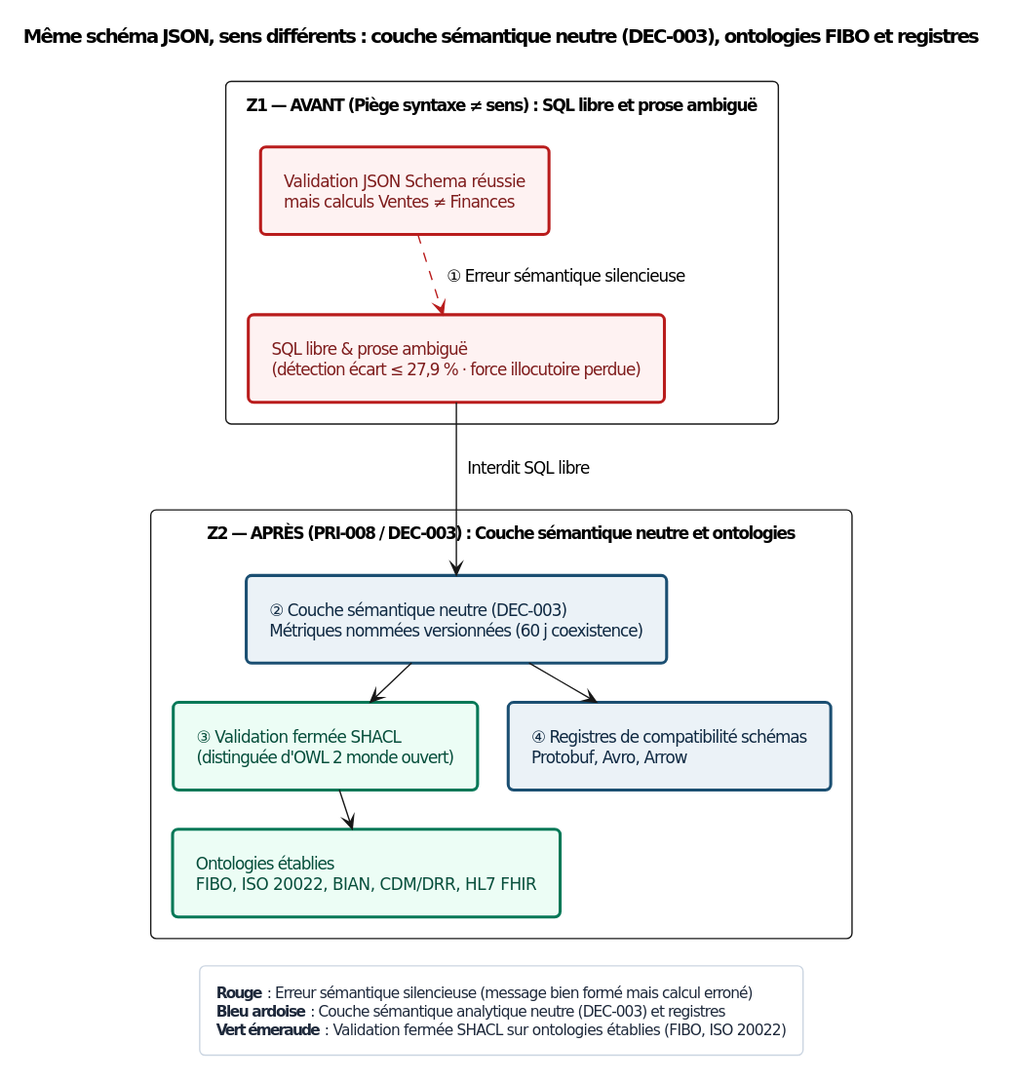
Above: Sources/Compendium/ouvrage/schemas/rendus/SCH-10-01.svg in agbruneau/Agentique (PlantUML), before the change. Source of this version:
```plantuml
@startuml
<style>
document { BackgroundColor #FFFFFF; }
.det { BackgroundColor #EBF2F7; LineColor #1B4F72; LineThickness 2.2; FontColor #0F2942; }
.blue { BackgroundColor #EFF6FF; LineColor #1D4ED8; LineThickness 2.2; FontColor #1E3A8A; }
.prob { BackgroundColor #FFF5E0; LineColor #D97706; LineThickness 2.0; LineStyle 5; FontColor #451A03; }
.amber { BackgroundColor #FFFBEB; LineColor #B45309; LineThickness 2.0; FontColor #451A03; }
.green { BackgroundColor #ECFDF5; LineColor #047857; LineThickness 2.2; FontColor #064E3B; }
.teal { BackgroundColor #F0FDFA; LineColor #0F766E; LineThickness 2.2; FontColor #134E4A; }
.red { BackgroundColor #FEF2F2; LineColor #B91C1C; LineThickness 2.2; FontColor #7F1D1D; }
.purple { BackgroundColor #F5F3FF; LineColor #6D28D9; LineThickness 2.2; FontColor #4C1D95; }
.indigo { BackgroundColor #EEF2FF; LineColor #4338CA; LineThickness 2.2; FontColor #312E81; }
.gray { BackgroundColor #F1F5F9; LineColor #475569; LineThickness 1.8; FontColor #1E293B; }
package { BackgroundColor #F8FAFC; LineColor #64748B; LineThickness 1.2; FontColor #334155; }
legend { BackgroundColor #FFFFFF; LineColor #CBD5E1; FontColor #1E293B; FontSize 11; }
</style>
hide stereotype
skinparam defaultFontName "DejaVu Sans"
skinparam defaultFontSize 12
skinparam shadowing false
skinparam roundcorner 8
skinparam packageStyle rectangle
skinparam nodesep 22
skinparam ranksep 28
skinparam padding 7

top to bottom direction
title Même schéma JSON, sens différents : couche sémantique neutre (DEC-003), ontologies FIBO et registres

package "Z1 — AVANT (Piège syntaxe ≠ sens) : SQL libre et prose ambiguë" {
  rectangle "Validation JSON Schema réussie\nmais calculs Ventes ≠ Finances" as N1 <<red>>
  rectangle "SQL libre & prose ambiguë\n(détection écart ≤ 27,9 % · force illocutoire perdue)" as N2 <<red>>
  N1 .[#B91C1C].> N2 : ① Erreur sémantique silencieuse
}

package "Z2 — APRÈS (PRI-008 / DEC-003) : Couche sémantique neutre et ontologies" {
  rectangle "② Couche sémantique neutre (DEC-003)\nMétriques nommées versionnées (60 j coexistence)" as N3 <<det>>
  rectangle "③ Validation fermée SHACL\n(distinguée d'OWL 2 monde ouvert)" as N4 <<green>>
  rectangle "Ontologies établies\nFIBO, ISO 20022, BIAN, CDM/DRR, HL7 FHIR" as N5 <<green>>
  rectangle "④ Registres de compatibilité schémas\nProtobuf, Avro, Arrow" as N6 <<det>>
  N2 --> N3 : Interdit SQL libre
  N3 --> N4
  N4 --> N5
  N3 --> N6
}

legend bottom
  **Rouge** : Erreur sémantique silencieuse (message bien formé mais calcul erroné)
  **Bleu ardoise** : Couche sémantique analytique neutre (DEC-003) et registres
  **Vert émeraude** : Validation fermée SHACL sur ontologies établies (FIBO, ISO 20022)
end legend
@enduml
```
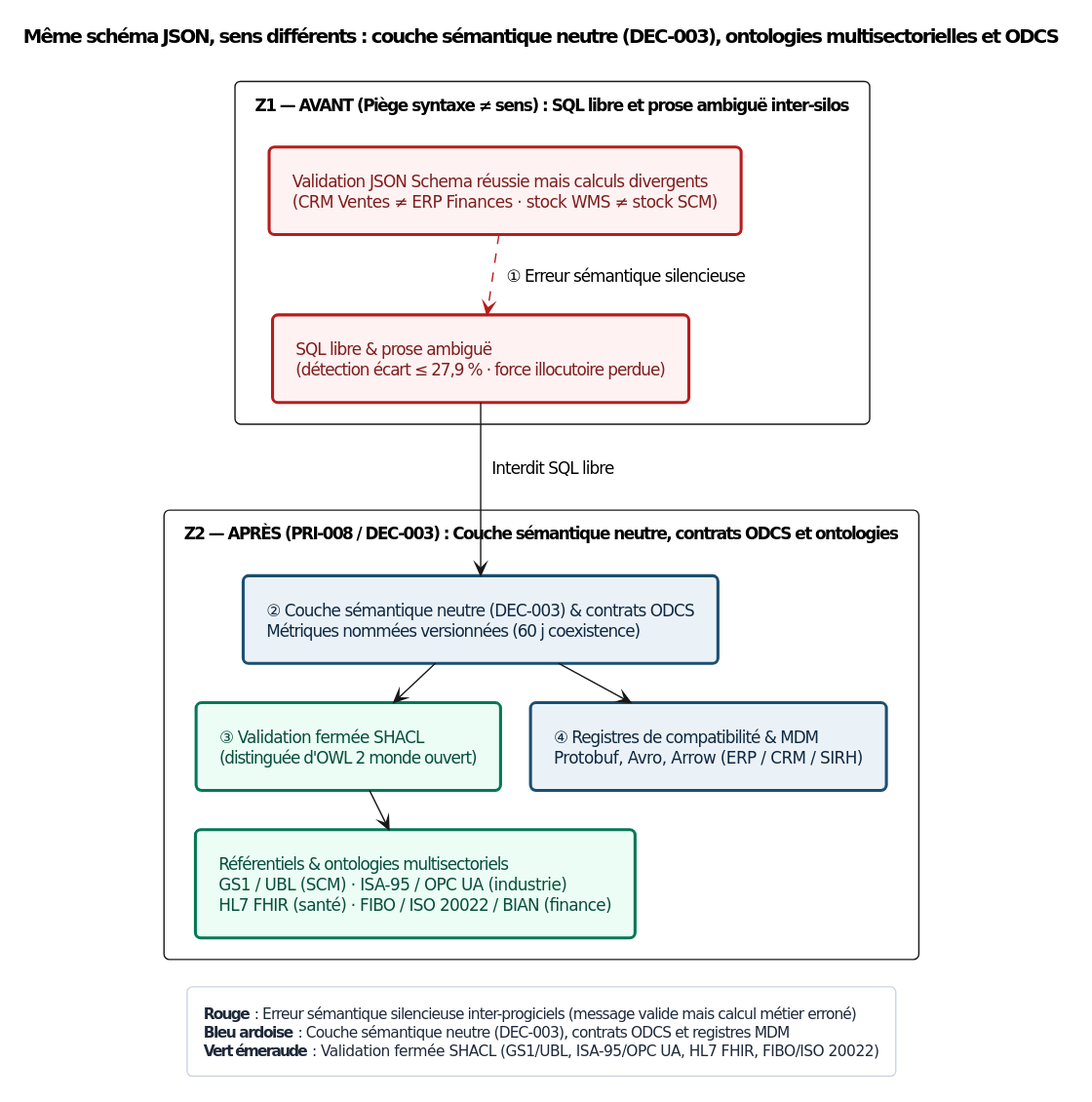
The same diagram one commit later.

The edit, as a diff of the source:
```diff
@@ -25,19 +25,19 @@
 skinparam padding 7
 
 top to bottom direction
-title Même schéma JSON, sens différents : couche sémantique neutre (DEC-003), ontologies FIBO et registres
+title Même schéma JSON, sens différents : couche sémantique neutre (DEC-003), ontologies multisectorielles et ODCS
 
-package "Z1 — AVANT (Piège syntaxe ≠ sens) : SQL libre et prose ambiguë" {
-  rectangle "Validation JSON Schema réussie\nmais calculs Ventes ≠ Finances" as N1 <<red>>
+package "Z1 — AVANT (Piège syntaxe ≠ sens) : SQL libre et prose ambiguë inter-silos" {
+  rectangle "Validation JSON Schema réussie mais calculs divergents\n(CRM Ventes ≠ ERP Finances · stock WMS ≠ stock SCM)" as N1 <<red>>
   rectangle "SQL libre & prose ambiguë\n(détection écart ≤ 27,9 % · force illocutoire perdue)" as N2 <<red>>
   N1 .[#B91C1C].> N2 : ① Erreur sémantique silencieuse
 }
 
-package "Z2 — APRÈS (PRI-008 / DEC-003) : Couche sémantique neutre et ontologies" {
-  rectangle "② Couche sémantique neutre (DEC-003)\nMétriques nommées versionnées (60 j coexistence)" as N3 <<det>>
+package "Z2 — APRÈS (PRI-008 / DEC-003) : Couche sémantique neutre, contrats ODCS et ontologies" {
+  rectangle "② Couche sémantique neutre (DEC-003) & contrats ODCS\nMétriques nommées versionnées (60 j coexistence)" as N3 <<det>>
   rectangle "③ Validation fermée SHACL\n(distinguée d'OWL 2 monde ouvert)" as N4 <<green>>
-  rectangle "Ontologies établies\nFIBO, ISO 20022, BIAN, CDM/DRR, HL7 FHIR" as N5 <<green>>
-  rectangle "④ Registres de compatibilité schémas\nProtobuf, Avro, Arrow" as N6 <<det>>
+  rectangle "Référentiels & ontologies multisectoriels\nGS1 / UBL (SCM) · ISA-95 / OPC UA (industrie)\nHL7 FHIR (santé) · FIBO / ISO 20022 / BIAN (finance)" as N5 <<green>>
+  rectangle "④ Registres de compatibilité & MDM\nProtobuf, Avro, Arrow (ERP / CRM / SIRH)" as N6 <<det>>
   N2 --> N3 : Interdit SQL libre
   N3 --> N4
   N4 --> N5
@@ -45,8 +45,8 @@
 }
 
 legend bottom
-  **Rouge** : Erreur sémantique silencieuse (message bien formé mais calcul erroné)
-  **Bleu ardoise** : Couche sémantique analytique neutre (DEC-003) et registres
-  **Vert émeraude** : Validation fermée SHACL sur ontologies établies (FIBO, ISO 20022)
+  **Rouge** : Erreur sémantique silencieuse inter-progiciels (message valide mais calcul métier erroné)
+  **Bleu ardoise** : Couche sémantique neutre (DEC-003), contrats ODCS et registres MDM
+  **Vert émeraude** : Validation fermée SHACL (GS1/UBL, ISA-95/OPC UA, HL7 FHIR, FIBO/ISO 20022)
 end legend
 @enduml
```
